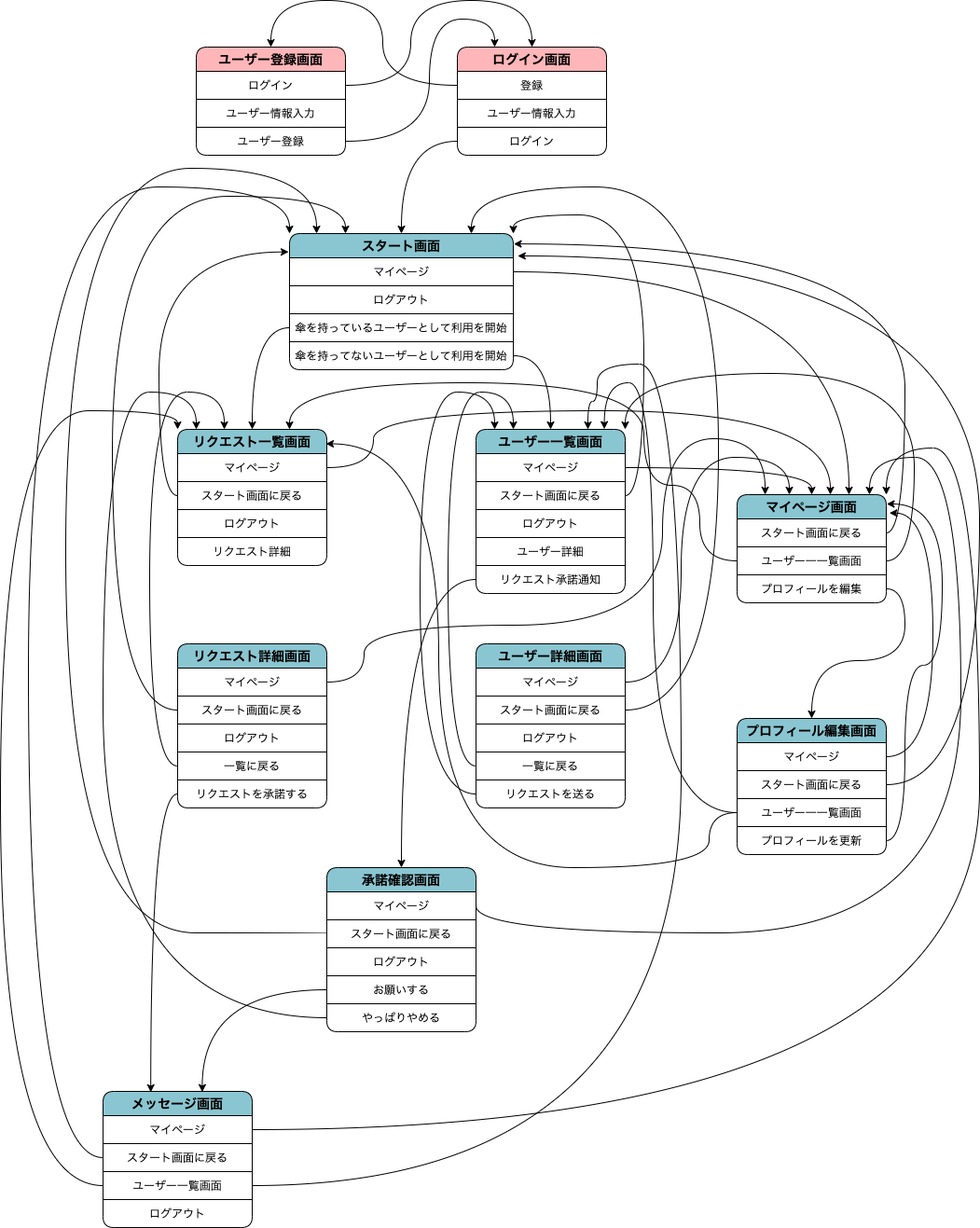
This is app/assets/images/raynee_std.png from sakitayu/dic_exercise_grad, a draw.io export, as it was before one commit. Source tidied: cells renumbered, new cells last; positions are measured from the earlier drawing's top-left corner, leaving out a move shared by most shapes.
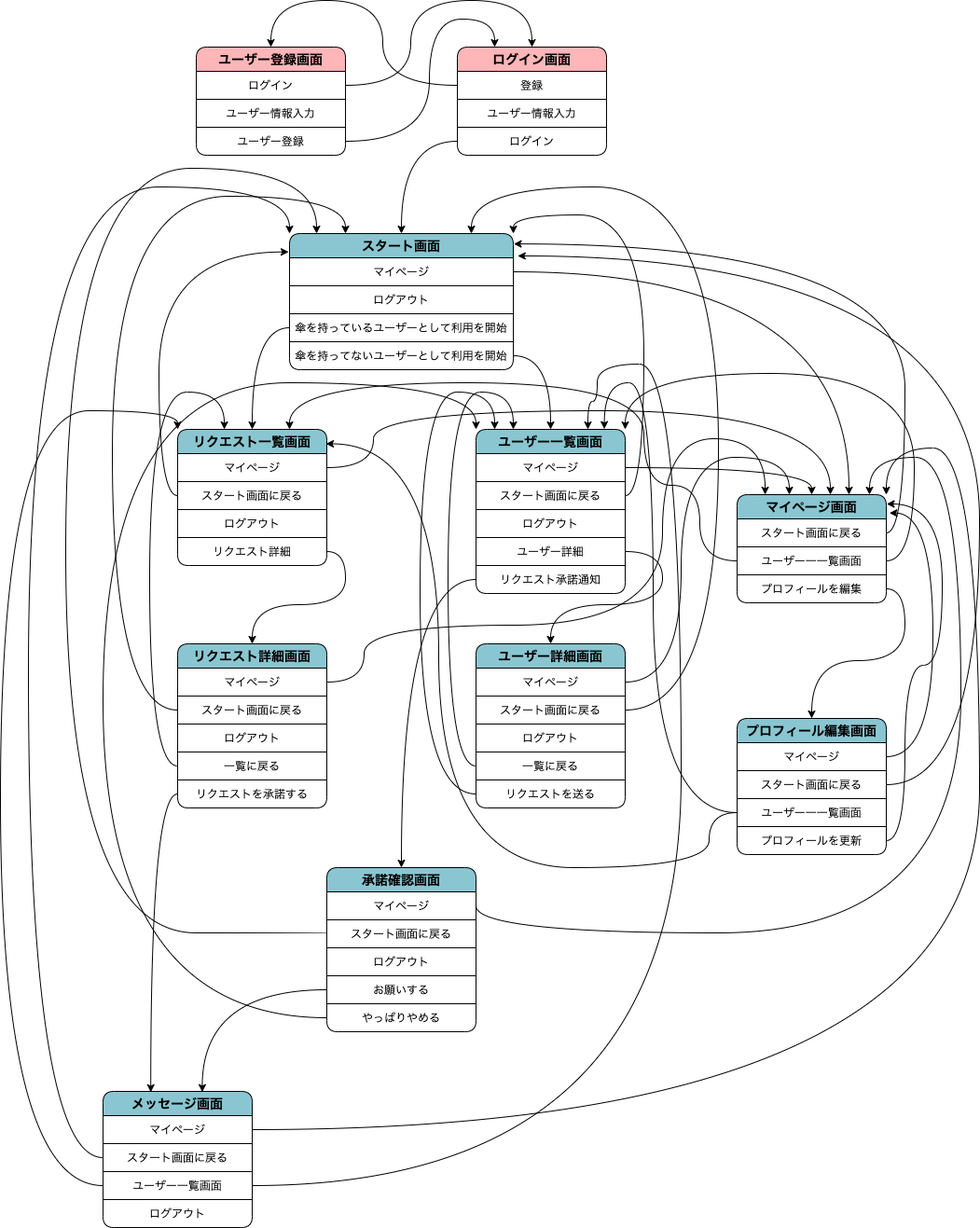
After the commit.

Commit message:
READMEの画面遷移図を修正

Change to the diagram source:
```diff
@@ -291,12 +291,12 @@
         </Array>
       </mxGeometry>
     </mxCell>
-    <mxCell id="67" style="edgeStyle=orthogonalEdgeStyle;curved=1;jettySize=auto;html=1;exitX=0;exitY=0.5;exitDx=0;exitDy=0;entryX=0.125;entryY=0;entryDx=0;entryDy=0;entryPerimeter=0;fontColor=#444;" parent="1" edge="1" source="63" target="19">
+    <mxCell id="67" style="edgeStyle=orthogonalEdgeStyle;curved=1;jettySize=auto;html=1;exitX=0;exitY=0.5;exitDx=0;exitDy=0;entryX=0;entryY=0;entryDx=0;entryDy=0;fontColor=#444;" parent="1" edge="1" source="63" target="24">
       <mxGeometry relative="1" as="geometry">
         <Array as="points">
           <mxPoint x="110" y="1091" />
-          <mxPoint x="110" y="420" />
-          <mxPoint x="210" y="420" />
+          <mxPoint x="110" y="410" />
+          <mxPoint x="510" y="410" />
         </Array>
       </mxGeometry>
     </mxCell>
@@ -452,5 +452,17 @@
         </Array>
       </mxGeometry>
     </mxCell>
+    <mxCell id="95" style="edgeStyle=orthogonalEdgeStyle;jettySize=auto;html=1;exitX=1;exitY=0.5;exitDx=0;exitDy=0;entryX=0.5;entryY=0;entryDx=0;entryDy=0;curved=1;" parent="1" edge="1" source="23" target="48">
+      <mxGeometry relative="1" as="geometry" />
+    </mxCell>
+    <mxCell id="96" style="edgeStyle=orthogonalEdgeStyle;curved=1;jettySize=auto;html=1;exitX=1;exitY=0.5;exitDx=0;exitDy=0;entryX=0.5;entryY=0;entryDx=0;entryDy=0;" parent="1" edge="1" source="28" target="39">
+      <mxGeometry relative="1" as="geometry">
+        <Array as="points">
+          <mxPoint x="710" y="591" />
+          <mxPoint x="710" y="648" />
+          <mxPoint x="590" y="648" />
+        </Array>
+      </mxGeometry>
+    </mxCell>
   </root>
 </mxGraphModel>
```
